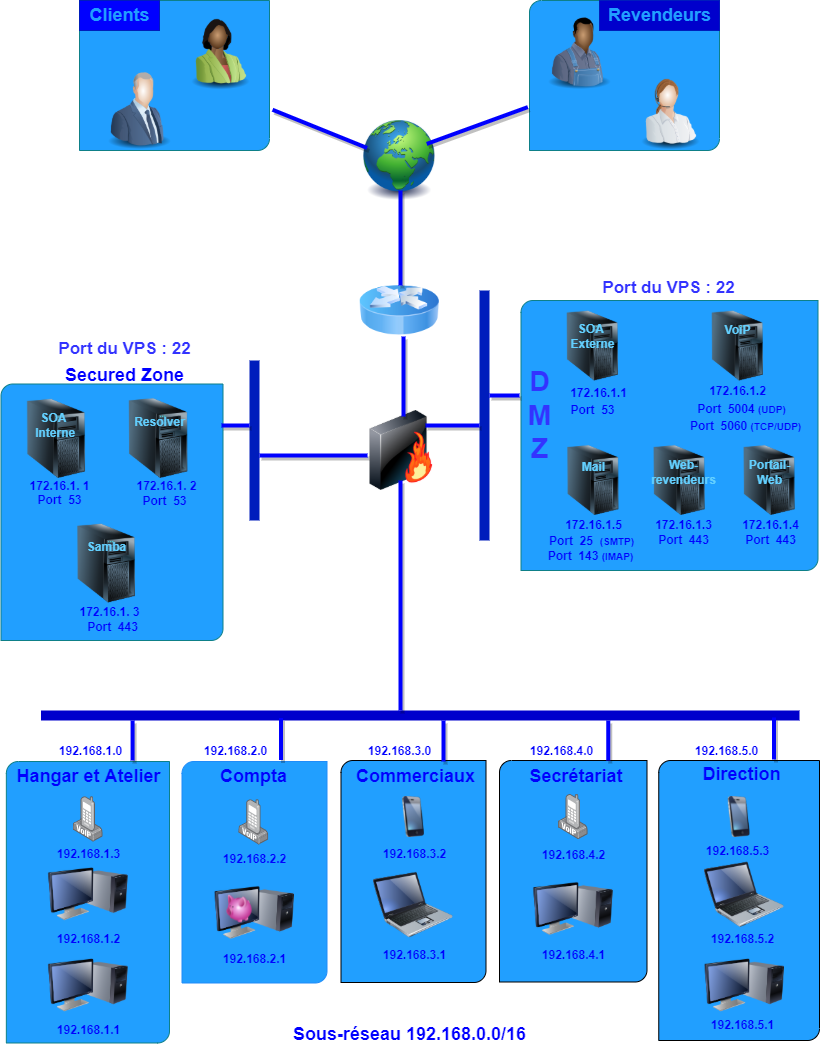
Above: schema.png in CardinPatson/SysAdmin (draw.io), before the change. Source tidied: cells renumbered, new cells last; positions are measured from the earlier drawing's top-left corner, leaving out a move shared by most shapes.
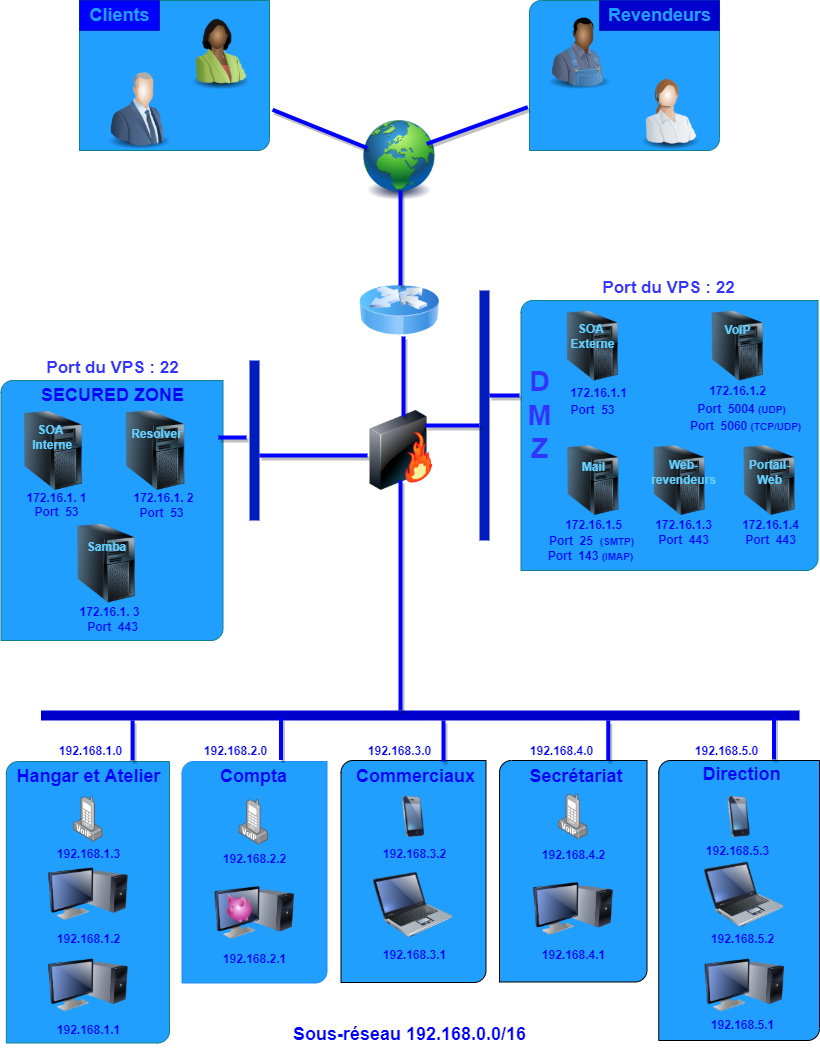
Later version of the same file.

Commit message:
schema mis à jour

Change to the diagram source:
```diff
@@ -29,9 +29,6 @@
     <mxCell id="10" style="image;html=1;image=img/lib/clip_art/people/Telesales_Woman_128x128.png;rounded=0;" parent="1" vertex="1">
       <mxGeometry x="628" y="70" width="80" height="80" as="geometry" />
     </mxCell>
-    <mxCell id="11" value="Secured Zone" style="text;html=1;align=center;verticalAlign=middle;strokeColor=none;fillColor=none;fontStyle=1;fontSize=18;fontColor=#0000FF;rounded=0;" parent="1" vertex="1">
-      <mxGeometry x="58" y="360" width="130" height="30" as="geometry" />
-    </mxCell>
     <mxCell id="12" style="verticalLabelPosition=bottom;verticalAlign=top;html=1;shape=mxgraph.basic.diag_round_rect;dx=6;fillColor=#219FFF;rounded=0;strokeColor=#0e8088;" parent="1" vertex="1">
       <mxGeometry x="519.5" y="300" width="297" height="270" as="geometry" />
     </mxCell>
@@ -39,7 +36,7 @@
       <mxGeometry x="518" y="360" width="40" height="110" as="geometry" />
     </mxCell>
     <mxCell id="14" style="verticalLabelPosition=bottom;verticalAlign=top;html=1;shape=mxgraph.basic.diag_round_rect;dx=6;shadow=0;fontSize=28;fillColor=#219FFF;rounded=0;strokeColor=#0e8088;" parent="1" vertex="1">
-      <mxGeometry x="-0.5" y="383.5" width="222" height="256.5" as="geometry" />
+      <mxGeometry x="-0.5" y="380" width="222" height="260" as="geometry" />
     </mxCell>
     <mxCell id="15" value="Clients" style="text;html=1;align=center;verticalAlign=middle;fontSize=18;fontStyle=1;rounded=0;fillColor=#0000FF;fontColor=#219FFF;strokeColor=#001DBC;" parent="1" vertex="1">
       <mxGeometry x="78" width="80" height="30" as="geometry" />
@@ -48,7 +45,7 @@
       <mxGeometry x="598" width="120" height="30" as="geometry" />
     </mxCell>
     <mxCell id="17" style="image;html=1;image=img/lib/clip_art/computers/Server_Tower_128x128.png;shadow=0;fontSize=18;fontColor=#66FFFF;fillColor=none;rounded=0;" parent="1" vertex="1">
-      <mxGeometry x="117" y="398" width="80" height="80" as="geometry" />
+      <mxGeometry x="114" y="410" width="80" height="80" as="geometry" />
     </mxCell>
     <mxCell id="18" style="verticalLabelPosition=bottom;verticalAlign=top;html=1;shape=mxgraph.basic.diag_round_rect;dx=6;shadow=0;fontSize=18;fontColor=#66FFFF;fillColor=#219FFF;rounded=0;" parent="1" vertex="1">
       <mxGeometry x="498" y="760" width="147.5" height="221.5" as="geometry" />
@@ -120,7 +117,7 @@
       <mxGeometry x="397" y="336" width="10" height="80" as="geometry" />
     </mxCell>
     <mxCell id="41" style="line;strokeWidth=4;html=1;perimeter=backbonePerimeter;shadow=1;sketch=0;fontSize=18;fontColor=#63D0FF;fillColor=#1ba1e2;strokeColor=#0000FF;" parent="1" vertex="1">
-      <mxGeometry x="220" y="420" width="28" height="10" as="geometry" />
+      <mxGeometry x="217" y="432" width="28" height="10" as="geometry" />
     </mxCell>
     <mxCell id="42" style="line;strokeWidth=4;direction=south;html=1;perimeter=backbonePerimeter;shadow=1;fontSize=18;fontColor=#ffffff;fillColor=#1ba1e2;sketch=0;strokeColor=#0000FF;" parent="1" vertex="1">
       <mxGeometry x="394" y="480" width="10" height="230" as="geometry" />
@@ -138,7 +135,7 @@
       <mxGeometry x="114.2" y="720" width="33.8" height="40" as="geometry" />
     </mxCell>
     <mxCell id="47" value="&lt;font style=&quot;font-size: 12px&quot;&gt;Resolver&lt;/font&gt;" style="text;html=1;align=center;verticalAlign=middle;strokeColor=none;fillColor=none;fontSize=14;fontColor=#63D0FF;fontStyle=1;" parent="1" vertex="1">
-      <mxGeometry x="127" y="410" width="61" height="22" as="geometry" />
+      <mxGeometry x="124" y="422" width="61" height="22" as="geometry" />
     </mxCell>
     <mxCell id="48" style="image;html=1;image=img/lib/clip_art/finance/Piggy_Bank_128x128.png;shadow=1;sketch=0;fontSize=14;fontColor=#CCFFFF;strokeWidth=10;fillColor=none;flipH=1;" parent="1" vertex="1">
       <mxGeometry x="220" y="894.8" width="34" height="27.5" as="geometry" />
@@ -165,7 +162,7 @@
       <mxGeometry x="735" y="516" width="67" height="18" as="geometry" />
     </mxCell>
     <mxCell id="56" value="172.16.1. 1" style="text;html=1;align=center;verticalAlign=middle;strokeColor=none;fillColor=none;fontColor=#0000FF;fontStyle=1;" parent="1" vertex="1">
-      <mxGeometry x="23" y="476.5" width="70" height="18" as="geometry" />
+      <mxGeometry x="20" y="488.5" width="70" height="18" as="geometry" />
     </mxCell>
     <mxCell id="57" value="172.16.1.1" style="text;html=1;align=center;verticalAlign=middle;strokeColor=none;fillColor=none;fontColor=#0000FF;fontStyle=1;" parent="1" vertex="1">
       <mxGeometry x="563.2" y="383.5" width="67" height="18" as="geometry" />
@@ -174,7 +171,7 @@
       <mxGeometry x="702" y="381.5" width="67" height="18" as="geometry" />
     </mxCell>
     <mxCell id="59" value="172.16.1. 2" style="text;html=1;align=center;verticalAlign=middle;strokeColor=none;fillColor=none;fontColor=#0000FF;fontStyle=1;" parent="1" vertex="1">
-      <mxGeometry x="130" y="476.5" width="70" height="18" as="geometry" />
+      <mxGeometry x="127" y="488.5" width="70" height="18" as="geometry" />
     </mxCell>
     <mxCell id="60" value="172.16.1. 3" style="text;html=1;align=center;verticalAlign=middle;strokeColor=none;fillColor=none;fontColor=#0000FF;fontStyle=1;" parent="1" vertex="1">
       <mxGeometry x="73" y="602.5" width="70" height="18" as="geometry" />
@@ -219,10 +216,10 @@
       <mxGeometry x="80" y="617.5" width="61" height="18" as="geometry" />
     </mxCell>
     <mxCell id="74" value="Port&amp;nbsp; 53" style="text;html=1;align=center;verticalAlign=middle;strokeColor=none;fillColor=none;fontColor=#0000FF;fontStyle=1;" parent="1" vertex="1">
-      <mxGeometry x="136" y="491.5" width="54" height="18" as="geometry" />
+      <mxGeometry x="133" y="503.5" width="54" height="18" as="geometry" />
     </mxCell>
     <mxCell id="75" value="Port&amp;nbsp; 53" style="text;html=1;align=center;verticalAlign=middle;strokeColor=none;fillColor=none;fontColor=#0000FF;fontStyle=1;" parent="1" vertex="1">
-      <mxGeometry x="31" y="491" width="54" height="18" as="geometry" />
+      <mxGeometry x="28" y="503" width="54" height="18" as="geometry" />
     </mxCell>
     <mxCell id="76" value="Port&amp;nbsp; 53" style="text;html=1;align=center;verticalAlign=middle;strokeColor=none;fillColor=none;fontColor=#0000FF;fontStyle=1;" parent="1" vertex="1">
       <mxGeometry x="564.2" y="401" width="54" height="18" as="geometry" />
@@ -246,7 +243,7 @@
       <mxGeometry x="286.6" y="1021" width="243" height="26" as="geometry" />
     </mxCell>
     <mxCell id="83" value="Port du VPS : 22" style="text;html=1;align=center;verticalAlign=middle;strokeColor=none;fillColor=none;fontSize=17;fontColor=#3333FF;fontStyle=1;" parent="1" vertex="1">
-      <mxGeometry x="52" y="337" width="142" height="24" as="geometry" />
+      <mxGeometry x="39.5" y="356" width="142" height="24" as="geometry" />
     </mxCell>
     <mxCell id="84" value="Port du VPS : 22" style="text;html=1;align=center;verticalAlign=middle;strokeColor=none;fillColor=none;fontSize=17;fontColor=#3333FF;fontStyle=1;" parent="1" vertex="1">
       <mxGeometry x="596" y="276" width="142" height="24" as="geometry" />
@@ -315,7 +312,7 @@
       <mxGeometry x="50.4" y="845" width="73" height="18" as="geometry" />
     </mxCell>
     <mxCell id="106" style="image;html=1;image=img/lib/clip_art/computers/Server_Tower_128x128.png;shadow=0;fontSize=18;fontColor=#66FFFF;fillColor=none;rounded=0;" parent="1" vertex="1">
-      <mxGeometry x="7.8" y="398.7" width="94.2" height="79.3" as="geometry" />
+      <mxGeometry x="4.8" y="410.7" width="94.2" height="79.3" as="geometry" />
     </mxCell>
     <mxCell id="107" style="image;html=1;image=img/lib/clip_art/computers/Server_Tower_128x128.png;shadow=0;fontSize=18;fontColor=#66FFFF;fillColor=none;rounded=0;" parent="1" vertex="1">
       <mxGeometry x="60" y="523.5" width="90" height="79" as="geometry" />
@@ -327,7 +324,10 @@
       <mxGeometry x="80" y="531" width="49" height="28" as="geometry" />
     </mxCell>
     <mxCell id="110" value="&lt;b&gt;SOA&lt;br&gt;&amp;nbsp;Interne&lt;/b&gt;" style="text;html=1;align=center;verticalAlign=middle;strokeColor=none;fillColor=none;fontSize=12;fontColor=#63D0FF;" parent="1" vertex="1">
-      <mxGeometry x="25" y="409" width="53" height="32" as="geometry" />
+      <mxGeometry x="22" y="421" width="53" height="32" as="geometry" />
     </mxCell>
+    <mxCell id="111" value="&lt;span style=&quot;color: rgb(0 , 0 , 255) ; font-size: 18px ; font-weight: 700&quot;&gt;SECURED ZONE&lt;/span&gt;" style="text;html=1;align=center;verticalAlign=middle;strokeColor=none;fillColor=none;fontSize=12;fontColor=#219FFF;" parent="1" vertex="1">
+      <mxGeometry x="34" y="385" width="153" height="20" as="geometry" />
+    </mxCell>
   </root>
 </mxGraphModel>
```
